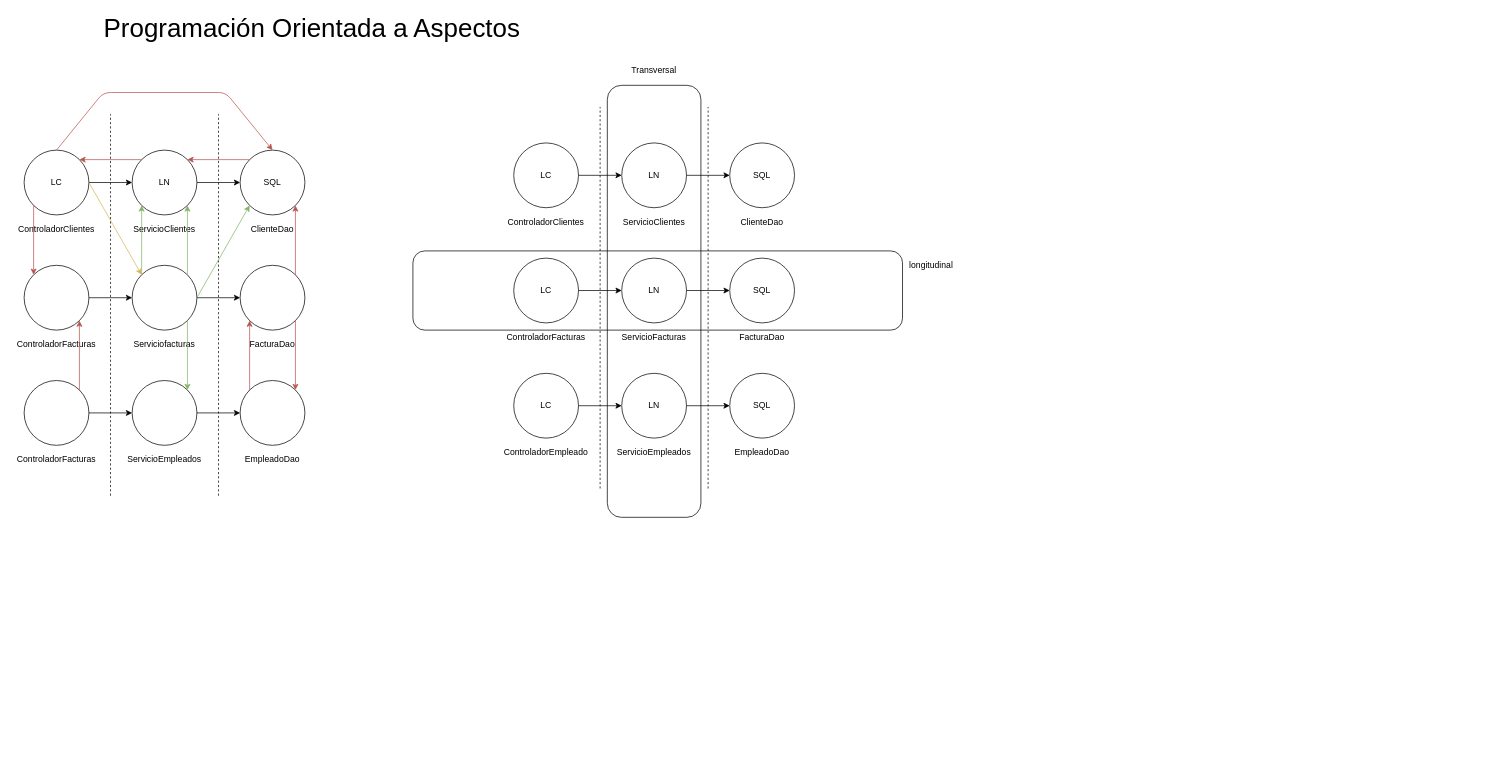
Above: page "Página-23" (22 of 24) of seguridad.drawio in lrag/seguridad_java (draw.io), before the change. Source tidied: cells renumbered, new cells numbered last; positions are measured from the earlier drawing's top-left corner, leaving out a move shared by most shapes. Both pictures are drawn from the tidied source at 72%, with x=0, y=0 at pixel (24, 20).
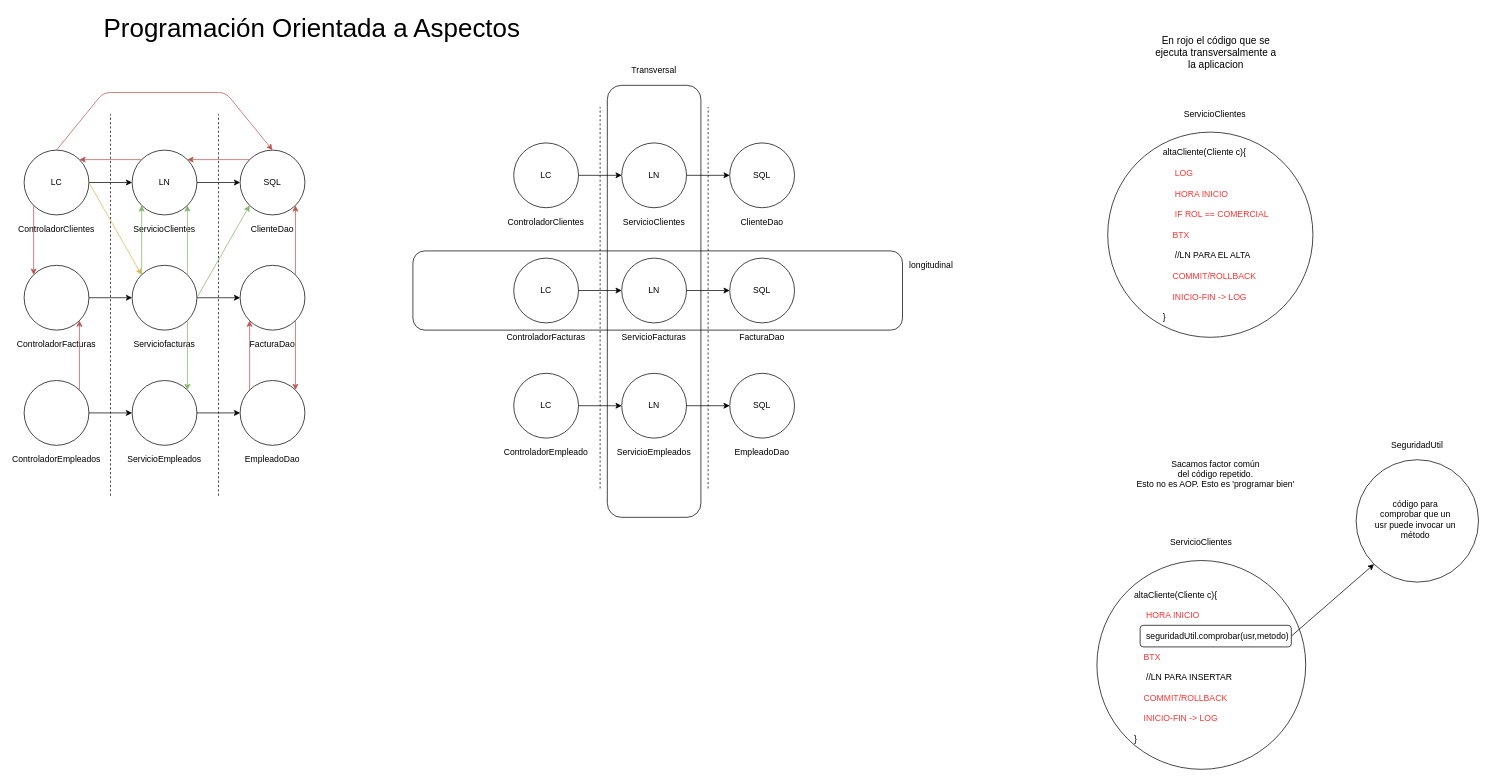
The same diagram, later.

The edit, as a diff of the source:
```diff
@@
-    <mxCell id="26" value="ControladorFacturas" style="text;html=1;strokeColor=none;fillColor=none;align=center;verticalAlign=middle;whiteSpace=wrap;rounded=0;" parent="1" vertex="1">
+    <mxCell id="26" value="ControladorEmpleados" style="text;html=1;strokeColor=none;fillColor=none;align=center;verticalAlign=middle;whiteSpace=wrap;rounded=0;" parent="1" vertex="1">
       <mxGeometry x="25" y="600" width="40" height="20" as="geometry" />
     </mxCell>
@@
+    <mxCell id="72" style="ellipse;whiteSpace=wrap;html=1;strokeColor=#000000;strokeWidth=1;fillColor=none;" parent="1" vertex="1">
+      <mxGeometry x="1505" y="155" width="285" height="285" as="geometry" />
+    </mxCell>
+    <mxCell id="73" value="ServicioClientes" style="text;html=1;strokeColor=none;fillColor=none;align=center;verticalAlign=middle;whiteSpace=wrap;rounded=0;" parent="1" vertex="1">
+      <mxGeometry x="1633.5" y="120" width="40" height="20" as="geometry" />
+    </mxCell>
+    <mxCell id="74" value="altaCliente(Cliente c){&lt;br&gt;&amp;nbsp; &amp;nbsp; &lt;br&gt;&lt;font color=&quot;#ff3333&quot;&gt;&amp;nbsp; &amp;nbsp; &amp;nbsp;LOG&lt;br&gt;&lt;br&gt;&amp;nbsp; &amp;nbsp; &amp;nbsp;HORA INICIO&amp;nbsp; &amp;nbsp;&amp;nbsp;&lt;br&gt;&amp;nbsp; &amp;nbsp; &amp;nbsp;&lt;br&gt;&amp;nbsp; &amp;nbsp; &amp;nbsp;IF ROL == COMERCIAL&lt;br&gt;&amp;nbsp; &amp;nbsp;&amp;nbsp;&lt;br&gt;&amp;nbsp; &amp;nbsp; BTX&lt;br&gt;&lt;/font&gt;&lt;br&gt;&amp;nbsp; &amp;nbsp; &amp;nbsp;//LN PARA EL ALTA&lt;br&gt;&lt;br&gt;&amp;nbsp; &amp;nbsp; &lt;font color=&quot;#ff3333&quot;&gt;COMMIT/ROLLBACK&lt;/font&gt;&lt;br&gt;&lt;br&gt;&amp;nbsp; &amp;nbsp; &lt;font color=&quot;#ff3333&quot;&gt;INICIO-FIN -&amp;gt; LOG&lt;/font&gt;&lt;br&gt;&lt;br&gt;}" style="text;html=1;strokeColor=none;fillColor=none;align=left;verticalAlign=middle;whiteSpace=wrap;rounded=0;" parent="1" vertex="1">
+      <mxGeometry x="1580" y="210" width="170" height="175" as="geometry" />
+    </mxCell>
+    <mxCell id="75" value="&lt;font style=&quot;font-size: 14px&quot;&gt;En rojo el código que se ejecuta transversalmente a la aplicacion&lt;/font&gt;" style="text;html=1;strokeColor=none;fillColor=none;align=center;verticalAlign=middle;whiteSpace=wrap;rounded=0;" parent="1" vertex="1">
+      <mxGeometry x="1568.8" y="30" width="172.5" height="30" as="geometry" />
+    </mxCell>
+    <mxCell id="76" style="ellipse;whiteSpace=wrap;html=1;strokeColor=#000000;strokeWidth=1;fillColor=none;" parent="1" vertex="1">
+      <mxGeometry x="1490" y="750" width="290" height="290" as="geometry" />
+    </mxCell>
+    <mxCell id="77" value="ServicioClientes" style="text;html=1;strokeColor=none;fillColor=none;align=center;verticalAlign=middle;whiteSpace=wrap;rounded=0;" parent="1" vertex="1">
+      <mxGeometry x="1615" y="715" width="40" height="20" as="geometry" />
+    </mxCell>
+    <mxCell id="78" value="altaCliente(Cliente c){&lt;br&gt;&amp;nbsp; &amp;nbsp; &lt;br&gt;&lt;font color=&quot;#ff3333&quot;&gt;&amp;nbsp; &amp;nbsp; &amp;nbsp;HORA INICIO&amp;nbsp; &amp;nbsp;&amp;nbsp;&lt;br&gt;&amp;nbsp; &amp;nbsp; &amp;nbsp;&lt;br&gt;&amp;nbsp; &amp;nbsp; &amp;nbsp;&lt;/font&gt;seguridadUtil.comprobar(usr,metodo)&lt;br&gt;&lt;font color=&quot;#ff3333&quot;&gt;&amp;nbsp; &amp;nbsp;&amp;nbsp;&lt;/font&gt;&lt;br&gt;&lt;font color=&quot;#ff3333&quot;&gt;&amp;nbsp; &amp;nbsp; BTX&lt;/font&gt;&lt;br&gt;&lt;br&gt;&amp;nbsp; &amp;nbsp; &amp;nbsp;//LN PARA INSERTAR&lt;br&gt;&lt;br&gt;&amp;nbsp; &amp;nbsp; &lt;font color=&quot;#ff3333&quot;&gt;COMMIT/ROLLBACK&lt;/font&gt;&lt;br&gt;&lt;br&gt;&amp;nbsp; &amp;nbsp; &lt;font color=&quot;#ff3333&quot;&gt;INICIO-FIN -&amp;gt; LOG&lt;/font&gt;&lt;br&gt;&lt;br&gt;}" style="text;html=1;strokeColor=none;fillColor=none;align=left;verticalAlign=middle;whiteSpace=wrap;rounded=0;" parent="1" vertex="1">
+      <mxGeometry x="1540" y="810" width="230" height="175" as="geometry" />
+    </mxCell>
+    <mxCell id="79" style="ellipse;whiteSpace=wrap;html=1;strokeColor=#000000;strokeWidth=1;fillColor=none;" parent="1" vertex="1">
+      <mxGeometry x="1850" y="610" width="170" height="170" as="geometry" />
+    </mxCell>
+    <mxCell id="80" value="SeguridadUtil" style="text;html=1;strokeColor=none;fillColor=none;align=center;verticalAlign=middle;whiteSpace=wrap;rounded=0;" parent="1" vertex="1">
+      <mxGeometry x="1915" y="580" width="40" height="20" as="geometry" />
+    </mxCell>
+    <mxCell id="81" value="código para comprobar que un usr puede invocar un método" style="text;html=1;strokeColor=none;fillColor=none;align=center;verticalAlign=middle;whiteSpace=wrap;rounded=0;" parent="1" vertex="1">
+      <mxGeometry x="1875" y="645" width="115" height="95" as="geometry" />
+    </mxCell>
+    <mxCell id="82" style="endArrow=classic;html=1;strokeWidth=1;exitX=1;exitY=0.5;exitDx=0;exitDy=0;entryX=0;entryY=1;entryDx=0;entryDy=0;" parent="1" edge="1" source="83" target="79">
+      <mxGeometry relative="1" as="geometry" />
+    </mxCell>
+    <mxCell id="83" style="rounded=1;whiteSpace=wrap;html=1;strokeColor=#000000;strokeWidth=1;fillColor=none;" parent="1" vertex="1">
+      <mxGeometry x="1550" y="840" width="210" height="30" as="geometry" />
+    </mxCell>
+    <mxCell id="84" value="Sacamos factor común&lt;br&gt;del código repetido.&lt;br&gt;Esto no es AOP. Esto es 'programar bien'" style="text;html=1;strokeColor=none;fillColor=none;align=center;verticalAlign=middle;whiteSpace=wrap;rounded=0;" parent="1" vertex="1">
+      <mxGeometry x="1505" y="620" width="300" height="20" as="geometry" />
+    </mxCell>
```
